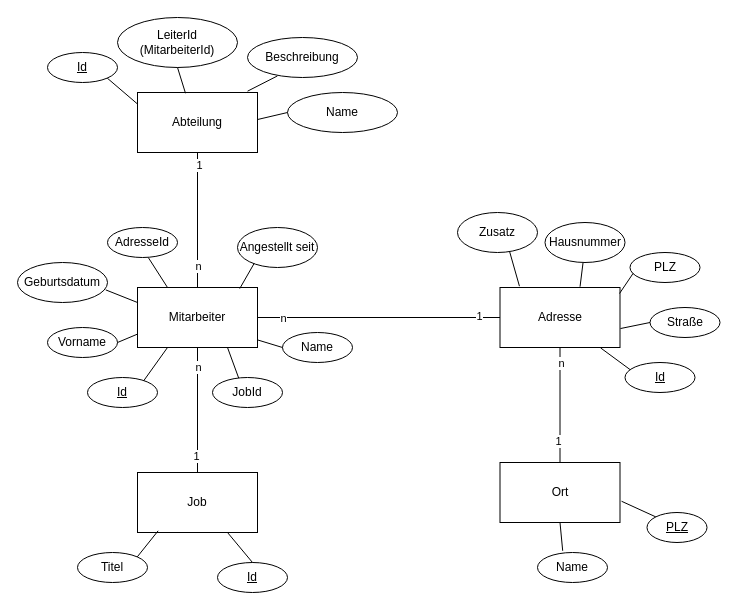
patrickpfaff/lf08_erp_projekt keeps this draw.io diagram as diagramme/er_diagram.drawio. Above is the earlier version. Source tidied: cells renumbered, new cells numbered last; positions are measured from the earlier drawing's top-left corner, leaving out a move shared by most shapes. Both pictures are drawn from the tidied source at 100%, with x=0, y=0 at pixel (17, 17).
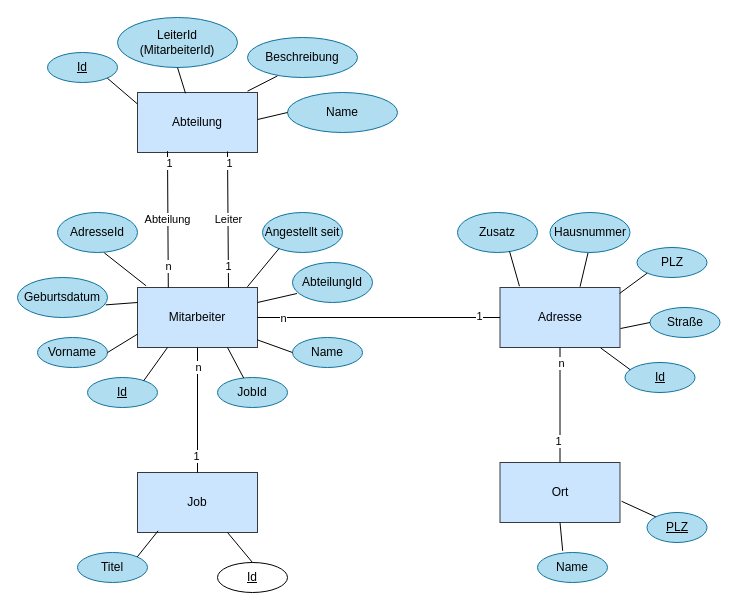
The same page after the edit.

Change to the diagram source:
```diff
@@
-    <mxCell id="2" value="AdresseId" style="ellipse;whiteSpace=wrap;html=1;" parent="1" vertex="1">
-      <mxGeometry x="90" y="210" width="70" height="30" as="geometry" />
+    <mxCell id="2" value="AdresseId" style="ellipse;whiteSpace=wrap;html=1;fillColor=#b1ddf0;strokeColor=#10739e;" parent="1" vertex="1">
+      <mxGeometry x="40" y="195" width="80" height="40" as="geometry" />
     </mxCell>
-    <mxCell id="3" value="Hausnummer" style="ellipse;whiteSpace=wrap;html=1;" parent="1" vertex="1">
-      <mxGeometry x="527.5" y="205" width="80" height="40" as="geometry" />
+    <mxCell id="3" value="Hausnummer" style="ellipse;whiteSpace=wrap;html=1;fillColor=#b1ddf0;strokeColor=#10739e;" parent="1" vertex="1">
+      <mxGeometry x="532.5" y="195" width="80" height="40" as="geometry" />
     </mxCell>
-    <mxCell id="4" value="Name" style="ellipse;whiteSpace=wrap;html=1;" parent="1" vertex="1">
+    <mxCell id="4" value="Name" style="ellipse;whiteSpace=wrap;html=1;fillColor=#b1ddf0;strokeColor=#10739e;" parent="1" vertex="1">
       <mxGeometry x="520" y="535" width="70" height="30" as="geometry" />
     </mxCell>
-    <mxCell id="5" value="Mitarbeiter" style="rounded=0;whiteSpace=wrap;html=1;" parent="1" vertex="1">
+    <mxCell id="5" value="Mitarbeiter" style="rounded=0;whiteSpace=wrap;html=1;fillColor=#cce5ff;strokeColor=#36393d;" parent="1" vertex="1">
       <mxGeometry x="120" y="270" width="120" height="60" as="geometry" />
     </mxCell>
-    <mxCell id="6" value="Abteilung" style="rounded=0;whiteSpace=wrap;html=1;" parent="1" vertex="1">
+    <mxCell id="6" value="Abteilung" style="rounded=0;whiteSpace=wrap;html=1;fillColor=#cce5ff;strokeColor=#36393d;" parent="1" vertex="1">
       <mxGeometry x="120" y="75" width="120" height="60" as="geometry" />
     </mxCell>
-    <mxCell id="7" value="Adresse" style="rounded=0;whiteSpace=wrap;html=1;" parent="1" vertex="1">
+    <mxCell id="7" value="Adresse" style="rounded=0;whiteSpace=wrap;html=1;fillColor=#cce5ff;strokeColor=#36393d;" parent="1" vertex="1">
       <mxGeometry x="482.5" y="270" width="120" height="60" as="geometry" />
     </mxCell>
-    <mxCell id="8" value="Ort" style="rounded=0;whiteSpace=wrap;html=1;" parent="1" vertex="1">
+    <mxCell id="8" value="Ort" style="rounded=0;whiteSpace=wrap;html=1;fillColor=#cce5ff;strokeColor=#36393d;" parent="1" vertex="1">
       <mxGeometry x="482.5" y="445" width="120" height="60" as="geometry" />
     </mxCell>
-    <mxCell id="9" value="&lt;u&gt;Id&lt;/u&gt;" style="ellipse;whiteSpace=wrap;html=1;" parent="1" vertex="1">
+    <mxCell id="9" value="&lt;u&gt;Id&lt;/u&gt;" style="ellipse;whiteSpace=wrap;html=1;fillColor=#b1ddf0;strokeColor=#10739e;" parent="1" vertex="1">
       <mxGeometry x="607.5" y="345" width="70" height="30" as="geometry" />
     </mxCell>
-    <mxCell id="10" value="Angestellt seit" style="ellipse;whiteSpace=wrap;html=1;" parent="1" vertex="1">
-      <mxGeometry x="220" y="210" width="80" height="40" as="geometry" />
+    <mxCell id="10" value="Angestellt seit" style="ellipse;whiteSpace=wrap;html=1;fillColor=#b1ddf0;strokeColor=#10739e;" parent="1" vertex="1">
+      <mxGeometry x="245" y="195" width="80" height="40" as="geometry" />
     </mxCell>
-    <mxCell id="11" value="JobId" style="ellipse;whiteSpace=wrap;html=1;" parent="1" vertex="1">
-      <mxGeometry x="195" y="360" width="70" height="30" as="geometry" />
+    <mxCell id="11" value="JobId" style="ellipse;whiteSpace=wrap;html=1;fillColor=#b1ddf0;strokeColor=#10739e;" parent="1" vertex="1">
+      <mxGeometry x="200" y="360" width="70" height="30" as="geometry" />
     </mxCell>
-    <mxCell id="12" value="Geburtsdatum" style="ellipse;whiteSpace=wrap;html=1;" parent="1" vertex="1">
-      <mxGeometry y="245" width="90" height="40" as="geometry" />
+    <mxCell id="12" value="Geburtsdatum" style="ellipse;whiteSpace=wrap;html=1;fillColor=#b1ddf0;strokeColor=#10739e;" parent="1" vertex="1">
+      <mxGeometry y="260" width="90" height="40" as="geometry" />
     </mxCell>
-    <mxCell id="13" value="Beschreibung" style="ellipse;whiteSpace=wrap;html=1;" parent="1" vertex="1">
+    <mxCell id="13" value="Beschreibung" style="ellipse;whiteSpace=wrap;html=1;fillColor=#b1ddf0;strokeColor=#10739e;" parent="1" vertex="1">
       <mxGeometry x="230" y="20" width="110" height="40" as="geometry" />
     </mxCell>
-    <mxCell id="14" value="&lt;u&gt;Id&lt;/u&gt;" style="ellipse;whiteSpace=wrap;html=1;" parent="1" vertex="1">
+    <mxCell id="14" value="&lt;u&gt;Id&lt;/u&gt;" style="ellipse;whiteSpace=wrap;html=1;fillColor=#b1ddf0;strokeColor=#10739e;" parent="1" vertex="1">
       <mxGeometry x="30" y="35" width="70" height="30" as="geometry" />
     </mxCell>
-    <mxCell id="15" value="LeiterId (MitarbeiterId)" style="ellipse;whiteSpace=wrap;html=1;" parent="1" vertex="1">
+    <mxCell id="15" value="LeiterId (MitarbeiterId)" style="ellipse;whiteSpace=wrap;html=1;fillColor=#b1ddf0;strokeColor=#10739e;" parent="1" vertex="1">
       <mxGeometry x="100" width="120" height="50" as="geometry" />
     </mxCell>
-    <mxCell id="16" value="Name" style="ellipse;whiteSpace=wrap;html=1;" parent="1" vertex="1">
+    <mxCell id="16" value="Name" style="ellipse;whiteSpace=wrap;html=1;fillColor=#b1ddf0;strokeColor=#10739e;" parent="1" vertex="1">
       <mxGeometry x="270" y="75" width="110" height="40" as="geometry" />
     </mxCell>
-    <mxCell id="17" value="Name" style="ellipse;whiteSpace=wrap;html=1;" parent="1" vertex="1">
-      <mxGeometry x="265" y="315" width="70" height="30" as="geometry" />
+    <mxCell id="17" value="Name" style="ellipse;whiteSpace=wrap;html=1;fillColor=#b1ddf0;strokeColor=#10739e;" parent="1" vertex="1">
+      <mxGeometry x="275" y="320" width="70" height="30" as="geometry" />
     </mxCell>
-    <mxCell id="18" value="Vorname" style="ellipse;whiteSpace=wrap;html=1;" parent="1" vertex="1">
-      <mxGeometry x="30" y="310" width="70" height="30" as="geometry" />
+    <mxCell id="18" value="Vorname" style="ellipse;whiteSpace=wrap;html=1;fillColor=#b1ddf0;strokeColor=#10739e;" parent="1" vertex="1">
+      <mxGeometry x="20" y="320" width="70" height="30" as="geometry" />
     </mxCell>
-    <mxCell id="19" value="Straße" style="ellipse;whiteSpace=wrap;html=1;" parent="1" vertex="1">
+    <mxCell id="19" value="Straße" style="ellipse;whiteSpace=wrap;html=1;fillColor=#b1ddf0;strokeColor=#10739e;" parent="1" vertex="1">
       <mxGeometry x="632.5" y="290" width="70" height="30" as="geometry" />
     </mxCell>
-    <mxCell id="20" value="PLZ" style="ellipse;whiteSpace=wrap;html=1;" parent="1" vertex="1">
-      <mxGeometry x="612.5" y="235" width="70" height="30" as="geometry" />
+    <mxCell id="20" value="PLZ" style="ellipse;whiteSpace=wrap;html=1;fillColor=#b1ddf0;strokeColor=#10739e;" parent="1" vertex="1">
+      <mxGeometry x="619.5" y="230" width="70" height="30" as="geometry" />
     </mxCell>
-    <mxCell id="21" value="Zusatz" style="ellipse;whiteSpace=wrap;html=1;" parent="1" vertex="1">
+    <mxCell id="21" value="Zusatz" style="ellipse;whiteSpace=wrap;html=1;fillColor=#b1ddf0;strokeColor=#10739e;" parent="1" vertex="1">
       <mxGeometry x="440" y="195" width="80" height="40" as="geometry" />
     </mxCell>
-    <mxCell id="22" value="&lt;u&gt;PLZ&lt;/u&gt;" style="ellipse;whiteSpace=wrap;html=1;" parent="1" vertex="1">
+    <mxCell id="22" value="&lt;u&gt;PLZ&lt;/u&gt;" style="ellipse;whiteSpace=wrap;html=1;fillColor=#b1ddf0;strokeColor=#10739e;" parent="1" vertex="1">
       <mxGeometry x="629.5" y="495" width="60" height="30" as="geometry" />
     </mxCell>
-    <mxCell id="23" value="&lt;u&gt;Id&lt;/u&gt;" style="ellipse;whiteSpace=wrap;html=1;" parent="1" vertex="1">
+    <mxCell id="23" value="&lt;u&gt;Id&lt;/u&gt;" style="ellipse;whiteSpace=wrap;html=1;fillColor=#b1ddf0;strokeColor=#10739e;" parent="1" vertex="1">
       <mxGeometry x="70" y="360" width="70" height="30" as="geometry" />
     </mxCell>
@@
-    <mxCell id="25" value="Job" style="rounded=0;whiteSpace=wrap;html=1;" parent="1" vertex="1">
+    <mxCell id="25" value="Job" style="rounded=0;whiteSpace=wrap;html=1;fillColor=#cce5ff;strokeColor=#36393d;" parent="1" vertex="1">
       <mxGeometry x="120" y="455" width="120" height="60" as="geometry" />
     </mxCell>
-    <mxCell id="26" value="Titel" style="ellipse;whiteSpace=wrap;html=1;" parent="1" vertex="1">
+    <mxCell id="26" value="Titel" style="ellipse;whiteSpace=wrap;html=1;fillColor=#b1ddf0;strokeColor=#10739e;" parent="1" vertex="1">
       <mxGeometry x="60" y="535" width="70" height="30" as="geometry" />
     </mxCell>
@@
-    <mxCell id="33" style="endArrow=none;html=1;rounded=0;entryX=0.5;entryY=1;entryDx=0;entryDy=0;exitX=0.5;exitY=0;exitDx=0;exitDy=0;" parent="1" edge="1" source="5" target="6">
-      <mxGeometry relative="1" as="geometry" />
+    <mxCell id="33" value="Abteilung" style="endArrow=none;html=1;rounded=0;entryX=0.345;entryY=0.984;entryDx=0;entryDy=0;exitX=0.352;exitY=0.006;exitDx=0;exitDy=0;entryPerimeter=0;exitPerimeter=0;" parent="1" edge="1">
+      <mxGeometry relative="1" as="geometry">
+        <mxPoint x="150.8" y="270" as="sourcePoint" />
+        <mxPoint x="150" y="133.7" as="targetPoint" />
+      </mxGeometry>
     </mxCell>
@@
-    <mxCell id="39" style="endArrow=none;html=1;rounded=0;entryX=0.585;entryY=1.009;entryDx=0;entryDy=0;entryPerimeter=0;exitX=0.25;exitY=0;exitDx=0;exitDy=0;" parent="1" edge="1" source="5" target="2">
+    <mxCell id="39" style="endArrow=none;html=1;rounded=0;entryX=0.585;entryY=1.009;entryDx=0;entryDy=0;entryPerimeter=0;exitX=0.072;exitY=-0.028;exitDx=0;exitDy=0;exitPerimeter=0;" parent="1" edge="1" source="5" target="2">
       <mxGeometry relative="1" as="geometry" />
     </mxCell>
@@
-    <mxCell id="43" style="endArrow=none;html=1;rounded=0;entryX=0.209;entryY=0.895;entryDx=0;entryDy=0;entryPerimeter=0;exitX=0.852;exitY=0.018;exitDx=0;exitDy=0;exitPerimeter=0;" parent="1" edge="1" source="5" target="10">
+    <mxCell id="43" style="endArrow=none;html=1;rounded=0;entryX=0.209;entryY=0.895;entryDx=0;entryDy=0;entryPerimeter=0;exitX=0.916;exitY=-0.012;exitDx=0;exitDy=0;exitPerimeter=0;" parent="1" edge="1" source="5" target="10">
       <mxGeometry relative="1" as="geometry" />
     </mxCell>
@@
-    <mxCell id="52" style="endArrow=none;html=1;rounded=0;entryX=0.046;entryY=0.691;entryDx=0;entryDy=0;entryPerimeter=0;exitX=0.996;exitY=0.1;exitDx=0;exitDy=0;exitPerimeter=0;" parent="1" edge="1" source="7" target="20">
+    <mxCell id="52" style="endArrow=none;html=1;rounded=0;entryX=0;entryY=1;entryDx=0;entryDy=0;exitX=0.996;exitY=0.1;exitDx=0;exitDy=0;exitPerimeter=0;" parent="1" edge="1" source="7" target="20">
       <mxGeometry relative="1" as="geometry" />
     </mxCell>
@@
+    <mxCell id="59" value="AbteilungId" style="ellipse;whiteSpace=wrap;html=1;fillColor=#b1ddf0;strokeColor=#10739e;" parent="1" vertex="1">
+      <mxGeometry x="275" y="245" width="80" height="40" as="geometry" />
+    </mxCell>
+    <mxCell id="60" style="endArrow=none;html=1;rounded=0;entryX=0.056;entryY=0.775;entryDx=0;entryDy=0;entryPerimeter=0;exitX=1;exitY=0.25;exitDx=0;exitDy=0;" parent="1" edge="1" source="5" target="59">
+      <mxGeometry relative="1" as="geometry" />
+    </mxCell>
+    <mxCell id="61" value="Leiter" style="endArrow=none;html=1;rounded=0;entryX=0.345;entryY=0.984;entryDx=0;entryDy=0;exitX=0.352;exitY=0.006;exitDx=0;exitDy=0;entryPerimeter=0;exitPerimeter=0;" parent="1" edge="1">
+      <mxGeometry relative="1" as="geometry">
+        <mxPoint x="211" y="270" as="sourcePoint" />
+        <mxPoint x="210" y="134" as="targetPoint" />
+      </mxGeometry>
+    </mxCell>
+    <mxCell id="62" value="1" style="edgeLabel;html=1;align=center;verticalAlign=middle;" parent="61" vertex="1">
+      <mxGeometry x="-0.68" relative="1" as="geometry" />
+    </mxCell>
+    <mxCell id="63" value="1" style="edgeLabel;html=1;align=center;verticalAlign=middle;" parent="61" vertex="1">
+      <mxGeometry x="0.82" y="-1" relative="1" as="geometry" />
+    </mxCell>
```
